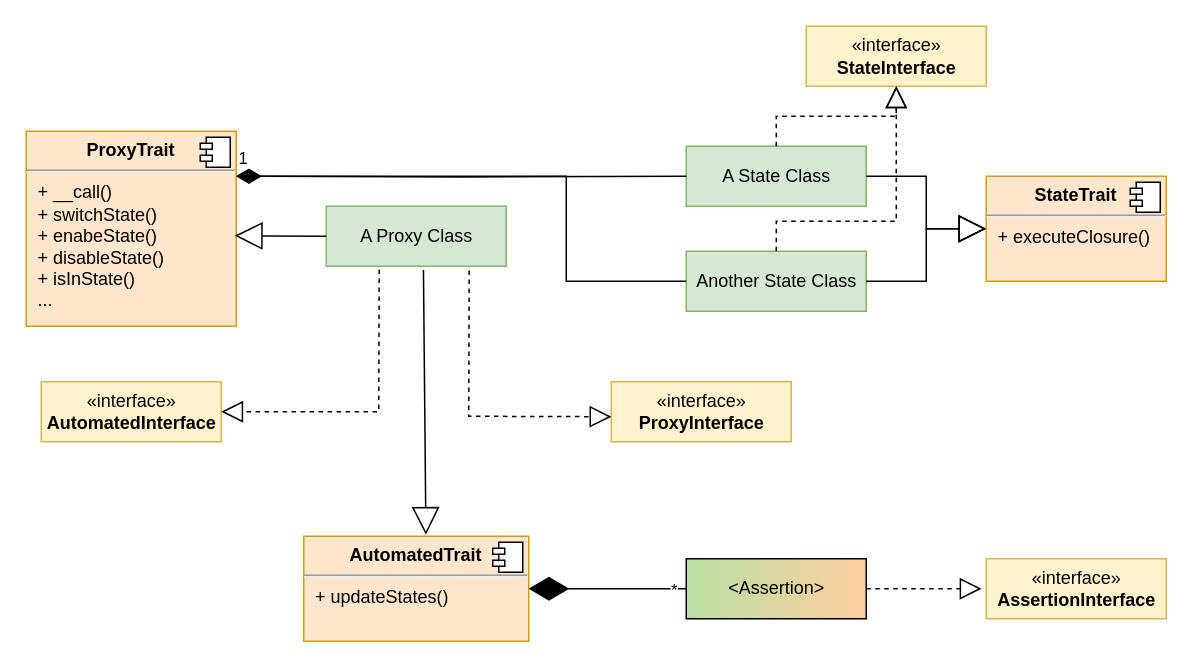
Earlier version of the draw.io diagram documentation/architecture.drawio (TeknooSoftware/states). Source tidied: cells renumbered, new cells numbered last; positions are measured from the earlier drawing's top-left corner, leaving out a move shared by most shapes. Both pictures are drawn from the tidied source at 150%, with x=0, y=0 at pixel (26, 26).
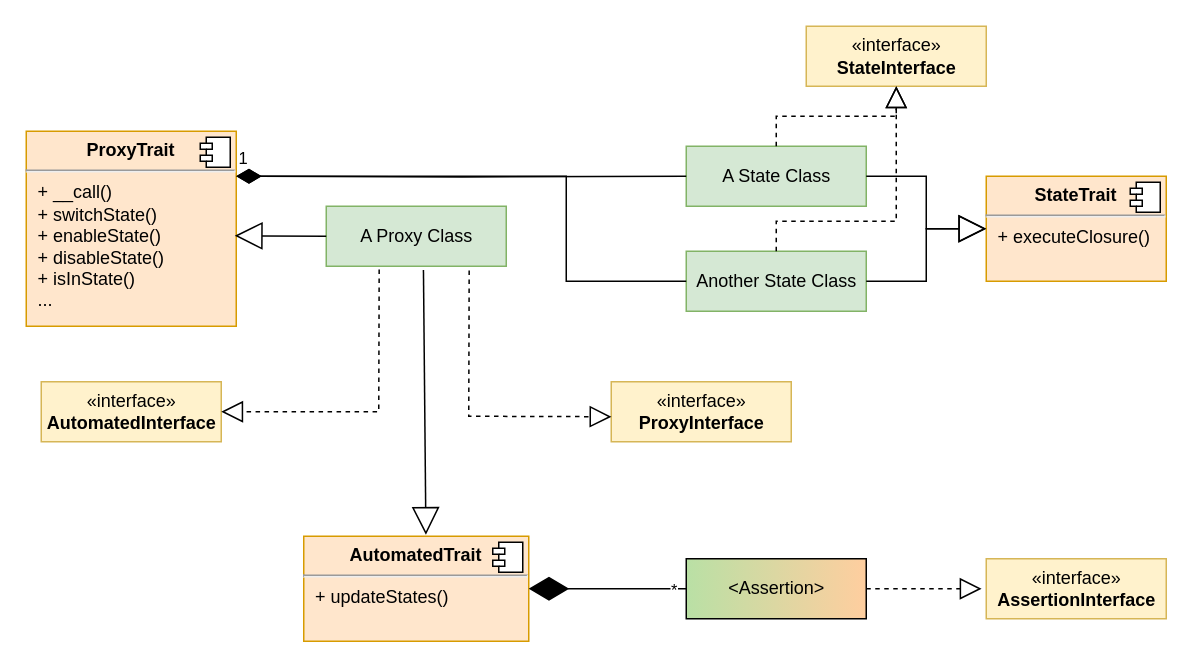
After the change.

The edit, as a diff of the source:
```diff
@@
-    <mxCell id="4" value="&lt;p style=&quot;margin:0px;margin-top:6px;text-align:center;&quot;&gt;&lt;b&gt;ProxyTrait&lt;/b&gt;&lt;/p&gt;&lt;hr&gt;&lt;p style=&quot;margin:0px;margin-left:8px;&quot;&gt;+ __call()&lt;/p&gt;&lt;p style=&quot;margin:0px;margin-left:8px;&quot;&gt;+ switchState()&lt;/p&gt;&lt;p style=&quot;margin:0px;margin-left:8px;&quot;&gt;+ enabeState()&lt;/p&gt;&lt;p style=&quot;margin:0px;margin-left:8px;&quot;&gt;+ disableState()&lt;/p&gt;&lt;p style=&quot;margin:0px;margin-left:8px;&quot;&gt;+ isInState()&lt;/p&gt;&lt;p style=&quot;margin:0px;margin-left:8px;&quot;&gt;...&lt;/p&gt;" style="align=left;overflow=fill;html=1;fillColor=#ffe6cc;strokeColor=#d79b00;" parent="1" vertex="1">
+    <mxCell id="4" value="&lt;p style=&quot;margin:0px;margin-top:6px;text-align:center;&quot;&gt;&lt;b&gt;ProxyTrait&lt;/b&gt;&lt;/p&gt;&lt;hr&gt;&lt;p style=&quot;margin:0px;margin-left:8px;&quot;&gt;+ __call()&lt;/p&gt;&lt;p style=&quot;margin:0px;margin-left:8px;&quot;&gt;+ switchState()&lt;/p&gt;&lt;p style=&quot;margin:0px;margin-left:8px;&quot;&gt;+ enableState()&lt;/p&gt;&lt;p style=&quot;margin:0px;margin-left:8px;&quot;&gt;+ disableState()&lt;/p&gt;&lt;p style=&quot;margin:0px;margin-left:8px;&quot;&gt;+ isInState()&lt;/p&gt;&lt;p style=&quot;margin:0px;margin-left:8px;&quot;&gt;...&lt;/p&gt;" style="align=left;overflow=fill;html=1;fillColor=#ffe6cc;strokeColor=#d79b00;" parent="1" vertex="1">
       <mxGeometry y="70" width="140" height="130" as="geometry" />
     </mxCell>
```
